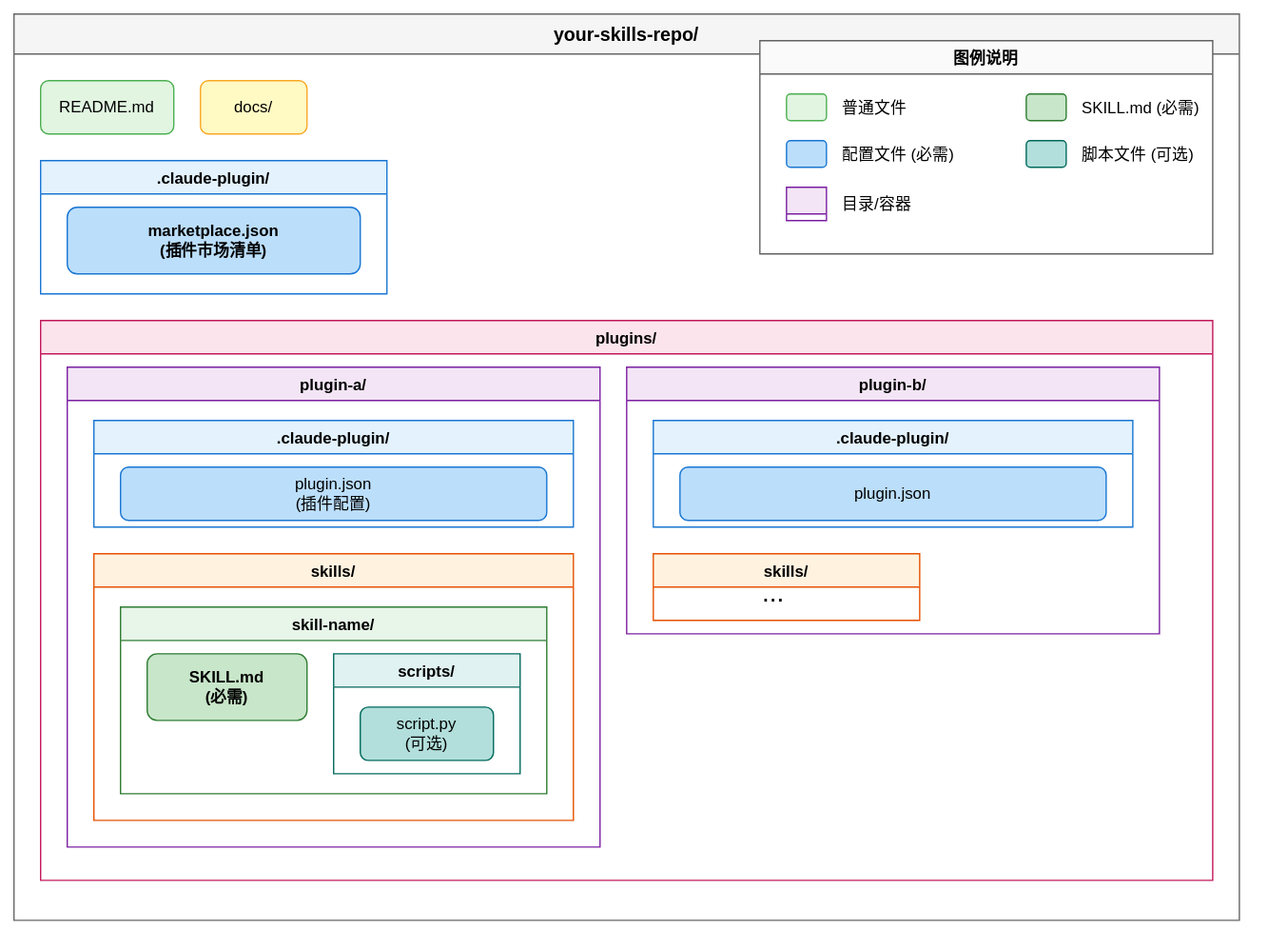
Above: docs/images/marketplace-structure.drawio.svg in mz1999/mazhen-skills (draw.io), before the change. Source tidied: cells renumbered, new cells last; positions are measured from the earlier drawing's top-left corner, leaving out a move shared by most shapes.
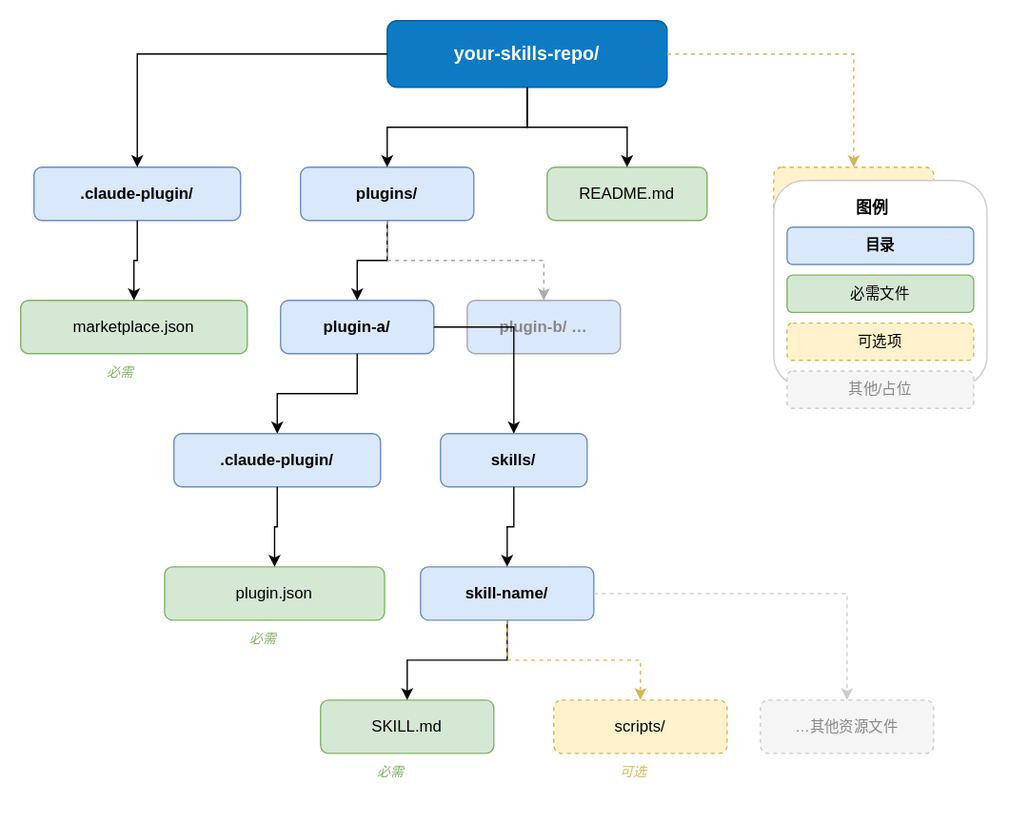
After the change.

Commit message:
Update marketplace structure diagram with improved visual design

Change to the diagram source:
```diff
@@ -2,95 +2,125 @@
   <root>
     <mxCell id="0" />
     <mxCell id="1" parent="0" />
-    <mxCell id="2" value="your-skills-repo/" style="swimlane;startSize=30;fillColor=#f5f5f5;strokeColor=#666666;fontStyle=1;fontSize=14;" parent="1" vertex="1">
-      <mxGeometry width="920" height="680" as="geometry" />
+    <mxCell id="2" value="your-skills-repo/" style="rounded=1;whiteSpace=wrap;fillColor=#0e7ac4;strokeColor=#005fa3;fontColor=#ffffff;fontStyle=1;fontSize=14;" parent="1" vertex="1">
+      <mxGeometry width="210" height="50" as="geometry" />
     </mxCell>
+    <mxCell id="32" value=".claude-plugin/" style="rounded=1;whiteSpace=wrap;fillColor=#dae8fc;strokeColor=#6c8ebf;fontStyle=1;" parent="1" vertex="1">
+      <mxGeometry x="-265" y="110" width="155" height="40" as="geometry" />
+    </mxCell>
+    <mxCell id="7" value="plugins/" style="rounded=1;whiteSpace=wrap;fillColor=#dae8fc;strokeColor=#6c8ebf;fontStyle=1;" parent="1" vertex="1">
+      <mxGeometry x="-65" y="110" width="130" height="40" as="geometry" />
+    </mxCell>
-    <mxCell id="3" value="README.md" style="rounded=1;whiteSpace=wrap;fillColor=#e1f5e1;strokeColor=#4caf50;" parent="2" vertex="1">
-      <mxGeometry x="20" y="50" width="100" height="40" as="geometry" />
+    <mxCell id="3" value="README.md" style="rounded=1;whiteSpace=wrap;fillColor=#d5e8d4;strokeColor=#82b366;" parent="1" vertex="1">
+      <mxGeometry x="120" y="110" width="120" height="40" as="geometry" />
     </mxCell>
-    <mxCell id="4" value="docs/" style="rounded=1;whiteSpace=wrap;fillColor=#fff9c4;strokeColor=#f9a825;" parent="2" vertex="1">
-      <mxGeometry x="140" y="50" width="80" height="40" as="geometry" />
+    <mxCell id="4" value="docs/" style="rounded=1;whiteSpace=wrap;fillColor=#fff2cc;strokeColor=#d6b656;dashed=1;" parent="1" vertex="1">
+      <mxGeometry x="290" y="110" width="120" height="40" as="geometry" />
     </mxCell>
-    <mxCell id="5" value=".claude-plugin/" style="swimlane;startSize=25;fillColor=#e3f2fd;strokeColor=#1976d2;" parent="2" vertex="1">
-      <mxGeometry x="20" y="110" width="260" height="100" as="geometry" />
-    </mxCell>
-    <mxCell id="6" value="marketplace.json&#10;(插件市场清单)" style="rounded=1;whiteSpace=wrap;fillColor=#bbdefb;strokeColor=#1976d2;fontStyle=1;" parent="5" vertex="1">
-      <mxGeometry x="20" y="35" width="220" height="50" as="geometry" />
-    </mxCell>
-    <mxCell id="7" value="plugins/" style="swimlane;startSize=25;fillColor=#fce4ec;strokeColor=#c2185b;" parent="2" vertex="1">
-      <mxGeometry x="20" y="230" width="880" height="420" as="geometry" />
-    </mxCell>
+    <mxCell id="33" value="可选" style="text;fontSize=10;fontColor=#d6b656;fontStyle=2;" parent="1" vertex="1">
+      <mxGeometry x="343" y="152" width="40" height="16" as="geometry" />
+    </mxCell>
+    <mxCell id="34" style="edgeStyle=orthogonalEdgeStyle;rounded=0;" parent="1" edge="1" source="2" target="32">
+      <mxGeometry relative="1" as="geometry" />
+    </mxCell>
+    <mxCell id="35" style="edgeStyle=orthogonalEdgeStyle;rounded=0;" parent="1" edge="1" source="2" target="7">
+      <mxGeometry relative="1" as="geometry" />
+    </mxCell>
+    <mxCell id="36" style="edgeStyle=orthogonalEdgeStyle;rounded=0;" parent="1" edge="1" source="2" target="3">
+      <mxGeometry relative="1" as="geometry" />
+    </mxCell>
+    <mxCell id="37" style="edgeStyle=orthogonalEdgeStyle;rounded=0;dashed=1;strokeColor=#d6b656;" parent="1" edge="1" source="2" target="4">
+      <mxGeometry relative="1" as="geometry" />
+    </mxCell>
+    <mxCell id="38" value="marketplace.json" style="rounded=1;whiteSpace=wrap;fillColor=#d5e8d4;strokeColor=#82b366;" parent="1" vertex="1">
+      <mxGeometry x="-275" y="210" width="170" height="40" as="geometry" />
+    </mxCell>
+    <mxCell id="39" value="必需" style="text;fontSize=10;fontColor=#82b366;fontStyle=2;" parent="1" vertex="1">
+      <mxGeometry x="-212" y="252" width="40" height="16" as="geometry" />
+    </mxCell>
-    <mxCell id="8" value="plugin-a/" style="swimlane;startSize=25;fillColor=#f3e5f5;strokeColor=#7b1fa2;" parent="7" vertex="1">
-      <mxGeometry x="20" y="35" width="400" height="360" as="geometry" />
+    <mxCell id="8" value="plugin-a/" style="rounded=1;whiteSpace=wrap;fillColor=#dae8fc;strokeColor=#6c8ebf;fontStyle=1;" parent="1" vertex="1">
+      <mxGeometry x="-80" y="210" width="115" height="40" as="geometry" />
     </mxCell>
-    <mxCell id="9" value=".claude-plugin/" style="swimlane;startSize=25;fillColor=#e3f2fd;strokeColor=#1976d2;" parent="8" vertex="1">
-      <mxGeometry x="20" y="40" width="360" height="80" as="geometry" />
-    </mxCell>
-    <mxCell id="10" value="plugin.json&#10;(插件配置)" style="rounded=1;whiteSpace=wrap;fillColor=#bbdefb;strokeColor=#1976d2;" parent="9" vertex="1">
-      <mxGeometry x="20" y="35" width="320" height="40" as="geometry" />
-    </mxCell>
-    <mxCell id="11" value="skills/" style="swimlane;startSize=25;fillColor=#fff3e0;strokeColor=#e65100;" parent="8" vertex="1">
-      <mxGeometry x="20" y="140" width="360" height="200" as="geometry" />
-    </mxCell>
+    <mxCell id="40" value="plugin-b/ …" style="rounded=1;whiteSpace=wrap;fillColor=#dae8fc;strokeColor=#6c8ebf;fontStyle=1;fontColor=#888888;strokeColor=#aaaaaa;" parent="1" vertex="1">
+      <mxGeometry x="60" y="210" width="115" height="40" as="geometry" />
+    </mxCell>
+    <mxCell id="41" style="edgeStyle=orthogonalEdgeStyle;rounded=0;" parent="1" edge="1" source="32" target="38">
+      <mxGeometry relative="1" as="geometry" />
+    </mxCell>
+    <mxCell id="42" style="edgeStyle=orthogonalEdgeStyle;rounded=0;" parent="1" edge="1" source="7" target="8">
+      <mxGeometry relative="1" as="geometry" />
+    </mxCell>
+    <mxCell id="43" style="edgeStyle=orthogonalEdgeStyle;rounded=0;strokeColor=#aaaaaa;dashed=1;" parent="1" edge="1" source="7" target="40">
+      <mxGeometry relative="1" as="geometry" />
+    </mxCell>
+    <mxCell id="44" value=".claude-plugin/" style="rounded=1;whiteSpace=wrap;fillColor=#dae8fc;strokeColor=#6c8ebf;fontStyle=1;" parent="1" vertex="1">
+      <mxGeometry x="-160" y="310" width="155" height="40" as="geometry" />
+    </mxCell>
+    <mxCell id="45" value="skills/" style="rounded=1;whiteSpace=wrap;fillColor=#dae8fc;strokeColor=#6c8ebf;fontStyle=1;" parent="1" vertex="1">
+      <mxGeometry x="40" y="310" width="110" height="40" as="geometry" />
+    </mxCell>
+    <mxCell id="46" style="edgeStyle=orthogonalEdgeStyle;rounded=0;" parent="1" edge="1" source="8" target="44">
+      <mxGeometry relative="1" as="geometry" />
+    </mxCell>
+    <mxCell id="47" style="edgeStyle=orthogonalEdgeStyle;rounded=0;" parent="1" edge="1" source="8" target="45">
+      <mxGeometry relative="1" as="geometry" />
+    </mxCell>
+    <mxCell id="18" value="plugin.json" style="rounded=1;whiteSpace=wrap;fillColor=#d5e8d4;strokeColor=#82b366;" parent="1" vertex="1">
+      <mxGeometry x="-167" y="410" width="165" height="40" as="geometry" />
+    </mxCell>
+    <mxCell id="48" value="必需" style="text;fontSize=10;fontColor=#82b366;fontStyle=2;" parent="1" vertex="1">
+      <mxGeometry x="-105" y="452" width="40" height="16" as="geometry" />
+    </mxCell>
-    <mxCell id="12" value="skill-name/" style="swimlane;startSize=25;fillColor=#e8f5e9;strokeColor=#2e7d32;" parent="11" vertex="1">
-      <mxGeometry x="20" y="40" width="320" height="140" as="geometry" />
+    <mxCell id="12" value="skill-name/" style="rounded=1;whiteSpace=wrap;fillColor=#dae8fc;strokeColor=#6c8ebf;fontStyle=1;" parent="1" vertex="1">
+      <mxGeometry x="25" y="410" width="130" height="40" as="geometry" />
     </mxCell>
-    <mxCell id="13" value="SKILL.md&#10;(必需)" style="rounded=1;whiteSpace=wrap;fillColor=#c8e6c9;strokeColor=#2e7d32;fontStyle=1;" parent="12" vertex="1">
-      <mxGeometry x="20" y="35" width="120" height="50" as="geometry" />
-    </mxCell>
+    <mxCell id="49" style="edgeStyle=orthogonalEdgeStyle;rounded=0;" parent="1" edge="1" source="44" target="18">
+      <mxGeometry relative="1" as="geometry" />
+    </mxCell>
+    <mxCell id="50" style="edgeStyle=orthogonalEdgeStyle;rounded=0;" parent="1" edge="1" source="45" target="12">
+      <mxGeometry relative="1" as="geometry" />
+    </mxCell>
+    <mxCell id="51" value="SKILL.md" style="rounded=1;whiteSpace=wrap;fillColor=#d5e8d4;strokeColor=#82b366;" parent="1" vertex="1">
+      <mxGeometry x="-50" y="510" width="130" height="40" as="geometry" />
+    </mxCell>
+    <mxCell id="52" value="必需" style="text;fontSize=10;fontColor=#82b366;fontStyle=2;" parent="1" vertex="1">
+      <mxGeometry x="-9" y="552" width="40" height="16" as="geometry" />
+    </mxCell>
-    <mxCell id="14" value="scripts/" style="swimlane;startSize=25;fillColor=#e0f2f1;strokeColor=#00695c;" parent="12" vertex="1">
-      <mxGeometry x="160" y="35" width="140" height="90" as="geometry" />
+    <mxCell id="14" value="scripts/" style="rounded=1;whiteSpace=wrap;fillColor=#fff2cc;strokeColor=#d6b656;dashed=1;" parent="1" vertex="1">
+      <mxGeometry x="125" y="510" width="130" height="40" as="geometry" />
     </mxCell>
-    <mxCell id="15" value="script.py&#10;(可选)" style="rounded=1;whiteSpace=wrap;fillColor=#b2dfdb;strokeColor=#00695c;" parent="14" vertex="1">
-      <mxGeometry x="20" y="40" width="100" height="40" as="geometry" />
-    </mxCell>
-    <mxCell id="16" value="plugin-b/" style="swimlane;startSize=25;fillColor=#f3e5f5;strokeColor=#7b1fa2;" parent="7" vertex="1">
-      <mxGeometry x="440" y="35" width="400" height="200" as="geometry" />
-    </mxCell>
-    <mxCell id="17" value=".claude-plugin/" style="swimlane;startSize=25;fillColor=#e3f2fd;strokeColor=#1976d2;" parent="16" vertex="1">
-      <mxGeometry x="20" y="40" width="360" height="80" as="geometry" />
-    </mxCell>
-    <mxCell id="18" value="plugin.json" style="rounded=1;whiteSpace=wrap;fillColor=#bbdefb;strokeColor=#1976d2;" parent="17" vertex="1">
-      <mxGeometry x="20" y="35" width="320" height="40" as="geometry" />
-    </mxCell>
-    <mxCell id="19" value="skills/" style="swimlane;startSize=25;fillColor=#fff3e0;strokeColor=#e65100;" parent="16" vertex="1">
-      <mxGeometry x="20" y="140" width="200" height="50" as="geometry" />
-    </mxCell>
-    <mxCell id="20" value="..." style="text;fontSize=20;" parent="19" vertex="1">
-      <mxGeometry x="80" y="10" width="40" height="30" as="geometry" />
-    </mxCell>
-    <mxCell id="21" value="图例说明" style="swimlane;startSize=25;fillColor=#fafafa;strokeColor=#616161;" parent="1" vertex="1">
-      <mxGeometry x="560" y="20" width="340" height="160" as="geometry" />
-    </mxCell>
-    <mxCell id="22" style="rounded=1;whiteSpace=wrap;fillColor=#e1f5e1;strokeColor=#4caf50;" parent="21" vertex="1">
-      <mxGeometry x="20" y="40" width="30" height="20" as="geometry" />
-    </mxCell>
-    <mxCell id="23" value="普通文件" style="text;align=left;verticalAlign=middle;" parent="21" vertex="1">
-      <mxGeometry x="60" y="35" width="100" height="30" as="geometry" />
-    </mxCell>
-    <mxCell id="24" style="rounded=1;whiteSpace=wrap;fillColor=#bbdefb;strokeColor=#1976d2;" parent="21" vertex="1">
-      <mxGeometry x="20" y="75" width="30" height="20" as="geometry" />
-    </mxCell>
-    <mxCell id="25" value="配置文件 (必需)" style="text;align=left;verticalAlign=middle;" parent="21" vertex="1">
-      <mxGeometry x="60" y="70" width="120" height="30" as="geometry" />
-    </mxCell>
-    <mxCell id="26" style="rounded=1;whiteSpace=wrap;fillColor=#c8e6c9;strokeColor=#2e7d32;" parent="21" vertex="1">
-      <mxGeometry x="200" y="40" width="30" height="20" as="geometry" />
-    </mxCell>
-    <mxCell id="27" value="SKILL.md (必需)" style="text;align=left;verticalAlign=middle;" parent="21" vertex="1">
-      <mxGeometry x="240" y="35" width="100" height="30" as="geometry" />
-    </mxCell>
-    <mxCell id="28" style="rounded=1;whiteSpace=wrap;fillColor=#b2dfdb;strokeColor=#00695c;" parent="21" vertex="1">
-      <mxGeometry x="200" y="75" width="30" height="20" as="geometry" />
-    </mxCell>
-    <mxCell id="29" value="脚本文件 (可选)" style="text;align=left;verticalAlign=middle;" parent="21" vertex="1">
-      <mxGeometry x="240" y="70" width="100" height="30" as="geometry" />
-    </mxCell>
-    <mxCell id="30" style="swimlane;startSize=20;fillColor=#f3e5f5;strokeColor=#7b1fa2;" parent="21" vertex="1">
-      <mxGeometry x="20" y="110" width="30" height="25" as="geometry" />
-    </mxCell>
-    <mxCell id="31" value="目录/容器" style="text;align=left;verticalAlign=middle;" parent="21" vertex="1">
-      <mxGeometry x="60" y="107" width="100" height="30" as="geometry" />
-    </mxCell>
+    <mxCell id="53" value="可选" style="text;fontSize=10;fontColor=#d6b656;fontStyle=2;" parent="1" vertex="1">
+      <mxGeometry x="173" y="552" width="40" height="16" as="geometry" />
+    </mxCell>
+    <mxCell id="54" value="…其他资源文件" style="rounded=1;whiteSpace=wrap;fillColor=#f5f5f5;strokeColor=#cccccc;fontColor=#888888;dashed=1;fontSize=11;" parent="1" vertex="1">
+      <mxGeometry x="280" y="510" width="130" height="40" as="geometry" />
+    </mxCell>
+    <mxCell id="55" style="edgeStyle=orthogonalEdgeStyle;rounded=0;" parent="1" edge="1" source="12" target="51">
+      <mxGeometry relative="1" as="geometry" />
+    </mxCell>
+    <mxCell id="56" style="edgeStyle=orthogonalEdgeStyle;rounded=0;dashed=1;strokeColor=#d6b656;" parent="1" edge="1" source="12" target="14">
+      <mxGeometry relative="1" as="geometry" />
+    </mxCell>
+    <mxCell id="57" style="edgeStyle=orthogonalEdgeStyle;rounded=0;dashed=1;strokeColor=#cccccc;" parent="1" edge="1" source="12" target="54">
+      <mxGeometry relative="1" as="geometry" />
+    </mxCell>
+    <mxCell id="58" style="rounded=1;fillColor=#ffffff;strokeColor=#cccccc;strokeWidth=1;" parent="1" vertex="1">
+      <mxGeometry x="290" y="120" width="160" height="155" as="geometry" />
+    </mxCell>
+    <mxCell id="59" value="图例" style="text;fontStyle=1;fontSize=12;fillColor=none;strokeColor=none;" parent="1" vertex="1">
+      <mxGeometry x="350" y="127" width="40" height="22" as="geometry" />
+    </mxCell>
+    <mxCell id="60" value="目录" style="rounded=1;whiteSpace=wrap;fillColor=#dae8fc;strokeColor=#6c8ebf;fontStyle=1;fontSize=11;" parent="1" vertex="1">
+      <mxGeometry x="300" y="155" width="140" height="28" as="geometry" />
+    </mxCell>
+    <mxCell id="61" value="必需文件" style="rounded=1;whiteSpace=wrap;fillColor=#d5e8d4;strokeColor=#82b366;fontSize=11;" parent="1" vertex="1">
+      <mxGeometry x="300" y="191" width="140" height="28" as="geometry" />
+    </mxCell>
+    <mxCell id="62" value="可选项" style="rounded=1;whiteSpace=wrap;fillColor=#fff2cc;strokeColor=#d6b656;dashed=1;fontSize=11;" parent="1" vertex="1">
+      <mxGeometry x="300" y="227" width="140" height="28" as="geometry" />
+    </mxCell>
+    <mxCell id="63" value="其他/占位" style="rounded=1;whiteSpace=wrap;fillColor=#f5f5f5;strokeColor=#cccccc;fontColor=#888888;dashed=1;fontSize=11;" parent="1" vertex="1">
+      <mxGeometry x="300" y="263" width="140" height="28" as="geometry" />
+    </mxCell>
   </root>
 </mxGraphModel>
```
